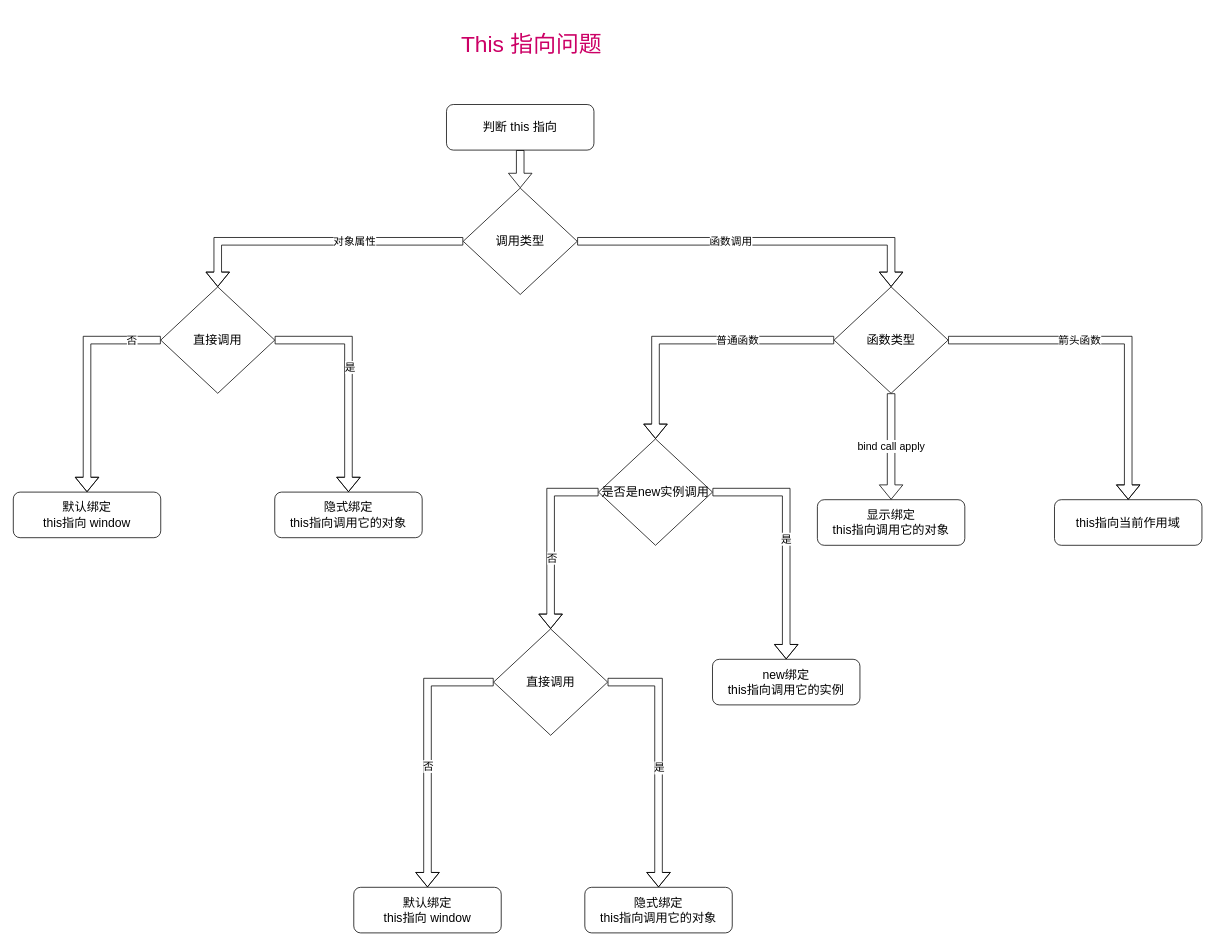
This is docs/notes/javascript/key-concept/images/this.drawio from Rain120/study-notes, a draw.io file, before an edit. Source tidied: cells renumbered, new cells numbered last; positions are measured from the earlier drawing's top-left corner, leaving out a move shared by most shapes. Both pictures are drawn from the tidied source at 76%, with x=0, y=0 at pixel (13, 13).
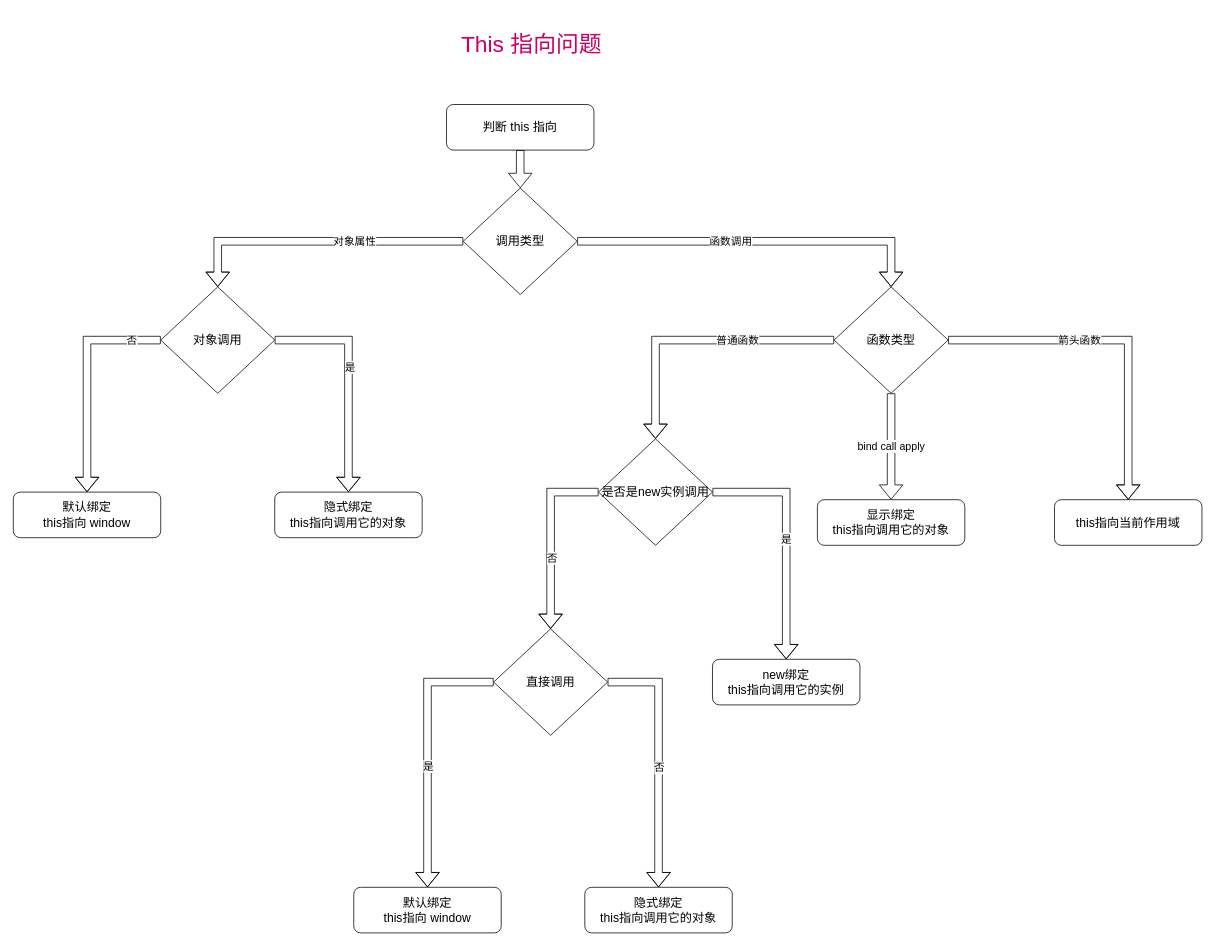
After the change.

Commit message (it also covers changes not shown here):
fix: js key concept about how to get this value

Unchanged cells that the change refers to:
```xml
<mxCell id="23" style="edgeStyle=orthogonalEdgeStyle;shape=flexArrow;rounded=0;jettySize=auto;html=1;entryX=0.5;entryY=0;entryDx=0;entryDy=0;exitX=1;exitY=0.5;exitDx=0;exitDy=0;" parent="1" edge="1" source="27" target="28">
  <mxGeometry relative="1" as="geometry" />
</mxCell>
<mxCell id="25" style="edgeStyle=orthogonalEdgeStyle;shape=flexArrow;rounded=0;jettySize=auto;html=1;exitX=0;exitY=0.5;exitDx=0;exitDy=0;" parent="1" edge="1" source="27" target="29">
  <mxGeometry relative="1" as="geometry" />
</mxCell>
```

Diff of the diagram source:
```diff
@@
-    <mxCell id="24" value="&lt;font style=&quot;font-size: 14px&quot;&gt;是&lt;/font&gt;" style="edgeLabel;html=1;align=center;verticalAlign=middle;" parent="23" vertex="1">
+    <mxCell id="24" value="&lt;font style=&quot;font-size: 14px&quot;&gt;否&lt;/font&gt;" style="edgeLabel;html=1;align=center;verticalAlign=middle;" parent="23" vertex="1">
       <mxGeometry x="-0.11" y="1" relative="1" as="geometry">
         <mxPoint x="-1" y="29" as="offset" />
       </mxGeometry>
     </mxCell>
@@
-    <mxCell id="26" value="&lt;font style=&quot;font-size: 14px&quot;&gt;否&lt;/font&gt;" style="edgeLabel;html=1;align=center;verticalAlign=middle;" parent="25" vertex="1">
+    <mxCell id="26" value="&lt;font style=&quot;font-size: 14px&quot;&gt;是&lt;/font&gt;" style="edgeLabel;html=1;align=center;verticalAlign=middle;" parent="25" vertex="1">
       <mxGeometry x="-0.35" y="58" relative="1" as="geometry">
         <mxPoint x="-58" y="81.7" as="offset" />
       </mxGeometry>
     </mxCell>
@@
-    <mxCell id="30" value="&lt;font style=&quot;font-size: 16px&quot;&gt;直接调用&lt;/font&gt;" style="rhombus;whiteSpace=wrap;html=1;" parent="1" vertex="1">
+    <mxCell id="30" value="&lt;font style=&quot;font-size: 16px&quot;&gt;对象调用&lt;/font&gt;" style="rhombus;whiteSpace=wrap;html=1;" parent="1" vertex="1">
       <mxGeometry x="194" y="360" width="150" height="140" as="geometry" />
     </mxCell>
```
